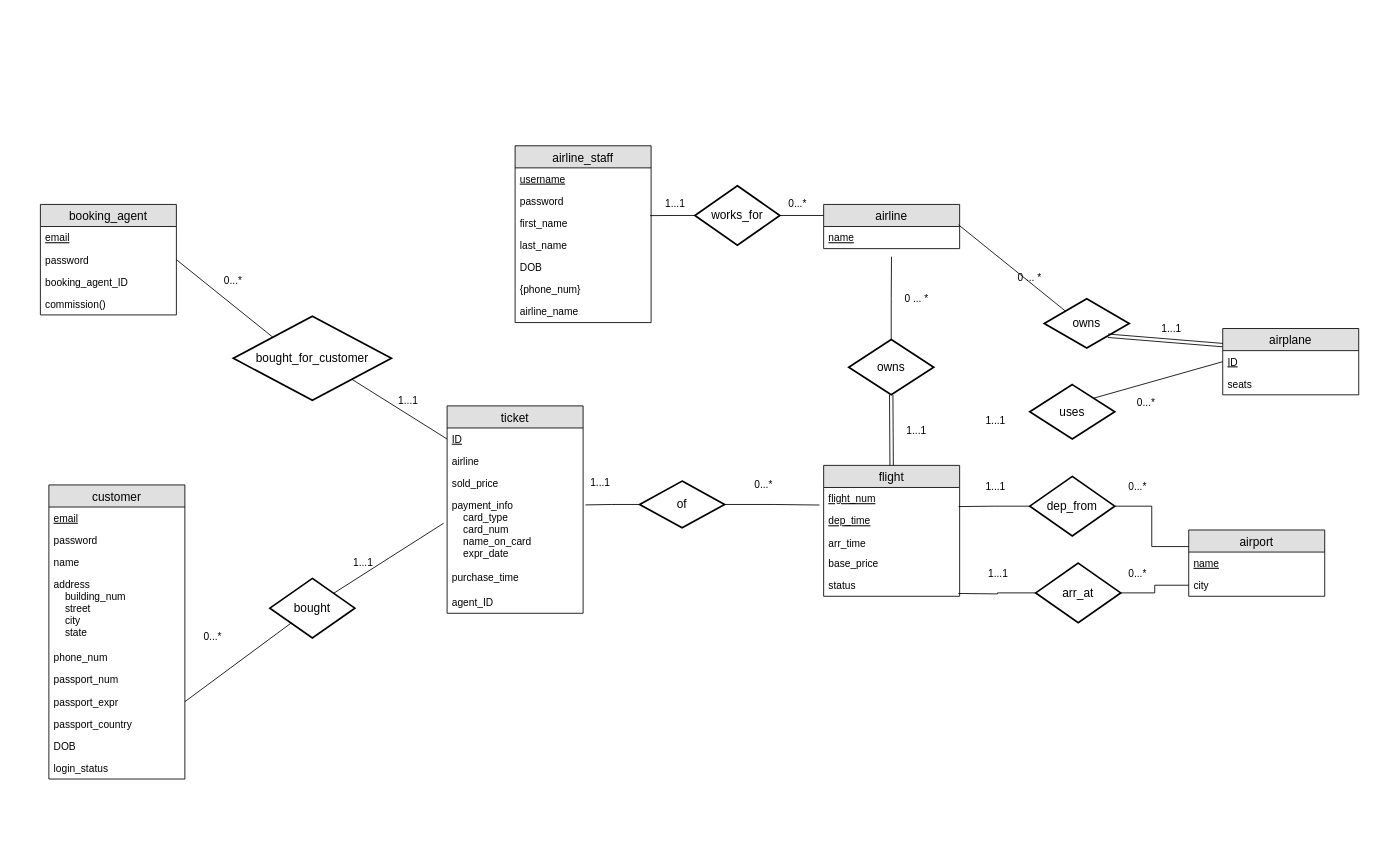
RomolaZhang/Databases keeps this draw.io diagram as ER Diagram.drawio. Above is the earlier version. Source tidied: cells renumbered, new cells numbered last; positions are measured from the earlier drawing's top-left corner, leaving out a move shared by most shapes. Both pictures are drawn from the tidied source at 85%, with x=0, y=0 at pixel (40, 145).
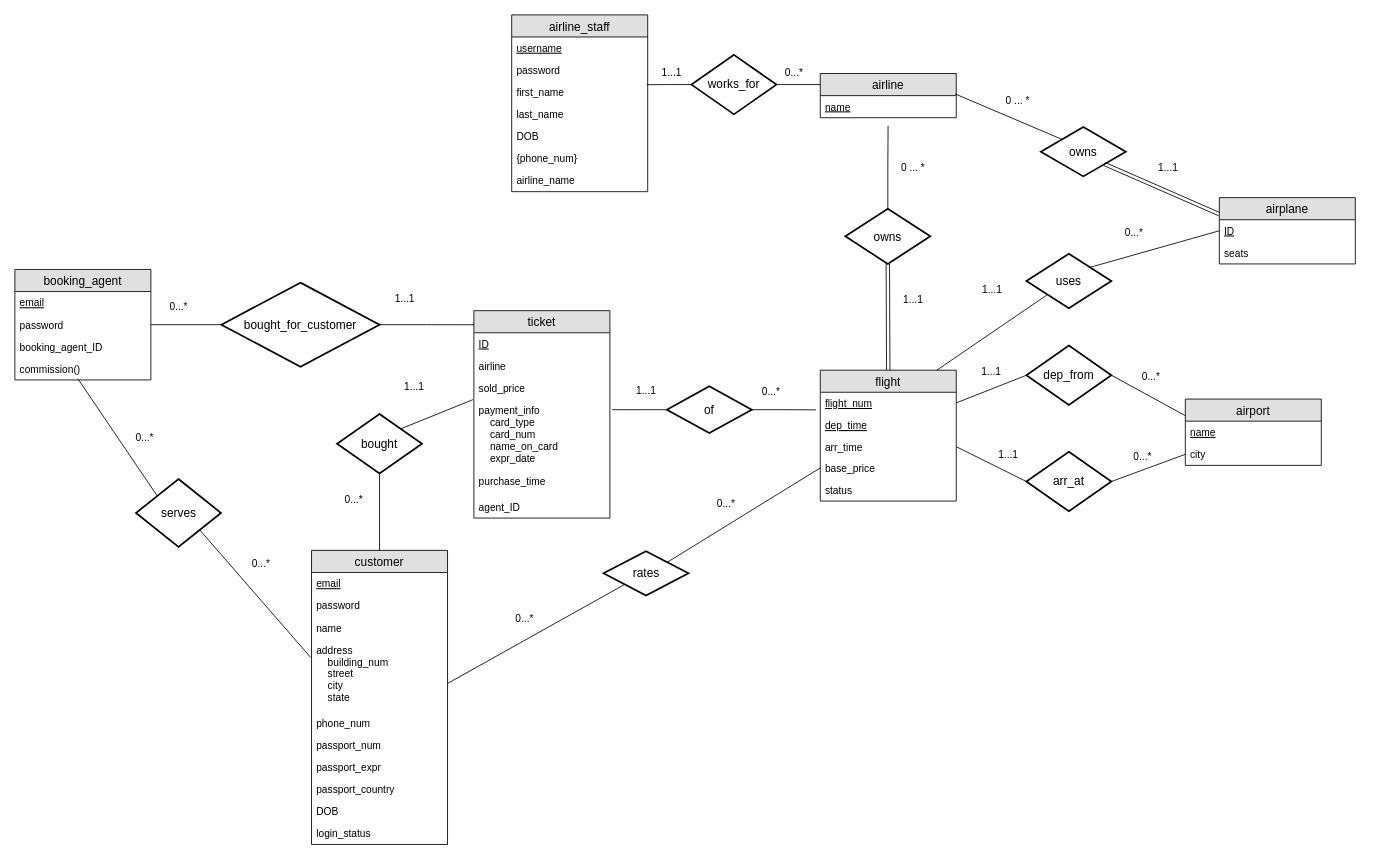
The same diagram, later.

Unchanged cells that the change refers to:
```xml
<mxCell id="4" value="city" style="text;strokeColor=none;fillColor=none;spacingLeft=4;spacingRight=4;overflow=hidden;points=[[0,0.5],[1,0.5]];portConstraint=eastwest;fontSize=12;" parent="2" vertex="1">
  <mxGeometry y="52" width="160" height="26" as="geometry" />
</mxCell>
<mxCell id="15" value="dep_time&#10;" style="text;strokeColor=none;fillColor=none;spacingLeft=4;spacingRight=4;overflow=hidden;points=[[0,0.5],[1,0.5]];portConstraint=eastwest;fontSize=12;fontStyle=4;" parent="13" vertex="1">
  <mxGeometry y="52" width="160" height="26" as="geometry" />
</mxCell>
<mxCell id="16" value="arr_time&#10;" style="text;strokeColor=none;fillColor=none;spacingLeft=4;spacingRight=4;overflow=hidden;points=[[0,0.5],[1,0.5]];portConstraint=eastwest;fontSize=12;" parent="13" vertex="1">
  <mxGeometry y="78" width="160" height="24" as="geometry" />
</mxCell>
<mxCell id="17" value="base_price" style="text;strokeColor=none;fillColor=none;spacingLeft=4;spacingRight=4;overflow=hidden;points=[[0,0.5],[1,0.5]];portConstraint=eastwest;fontSize=12;" parent="13" vertex="1">
  <mxGeometry y="102" width="160" height="26" as="geometry" />
</mxCell>
<mxCell id="20" value="ID" style="text;strokeColor=none;fillColor=none;spacingLeft=4;spacingRight=4;overflow=hidden;points=[[0,0.5],[1,0.5]];portConstraint=eastwest;fontSize=12;fontStyle=4;" parent="19" vertex="1">
  <mxGeometry y="26" width="160" height="26" as="geometry" />
</mxCell>
<mxCell id="23" value="payment_info&#10;    card_type&#10;    card_num&#10;    name_on_card&#10;    expr_date" style="text;strokeColor=none;fillColor=none;spacingLeft=4;spacingRight=4;overflow=hidden;points=[[0,0.5],[1,0.5]];portConstraint=eastwest;fontSize=12;" parent="19" vertex="1">
  <mxGeometry y="104" width="160" height="84" as="geometry" />
</mxCell>
<mxCell id="28" value="password" style="text;strokeColor=none;fillColor=none;spacingLeft=4;spacingRight=4;overflow=hidden;points=[[0,0.5],[1,0.5]];portConstraint=eastwest;fontSize=12;" parent="26" vertex="1">
  <mxGeometry y="52" width="160" height="26" as="geometry" />
</mxCell>
<mxCell id="30" value="commission()" style="text;strokeColor=none;fillColor=none;spacingLeft=4;spacingRight=4;overflow=hidden;points=[[0,0.5],[1,0.5]];portConstraint=eastwest;fontSize=12;" parent="26" vertex="1">
  <mxGeometry y="104" width="160" height="26" as="geometry" />
</mxCell>
<mxCell id="45" value="address&#10;    building_num&#10;    street&#10;    city&#10;    state" style="text;strokeColor=none;fillColor=none;spacingLeft=4;spacingRight=4;overflow=hidden;points=[[0,0.5],[1,0.5]];portConstraint=eastwest;fontSize=12;" parent="41" vertex="1">
  <mxGeometry y="104" width="160" height="86" as="geometry" />
</mxCell>
<mxCell id="48" value="passport_expr" style="text;strokeColor=none;fillColor=none;spacingLeft=4;spacingRight=4;overflow=hidden;points=[[0,0.5],[1,0.5]];portConstraint=eastwest;fontSize=12;" parent="41" vertex="1">
  <mxGeometry y="242" width="160" height="26" as="geometry" />
</mxCell>
```

What changed in the source:
```diff
@@
     <mxCell id="2" value="airport" style="swimlane;fontStyle=0;horizontal=1;startSize=26;fillColor=#e0e0e0;swimlaneFillColor=#ffffff;align=center;fontSize=14;" parent="1" vertex="1">
-      <mxGeometry x="1351" y="452" width="160" height="78" as="geometry" />
+      <mxGeometry x="1347" y="298" width="160" height="78" as="geometry" />
     </mxCell>
@@
     <mxCell id="5" value="airline" style="swimlane;fontStyle=0;horizontal=1;startSize=26;fillColor=#e0e0e0;swimlaneFillColor=#ffffff;align=center;fontSize=14;" parent="1" vertex="1">
-      <mxGeometry x="921.5" y="69" width="160" height="52" as="geometry" />
+      <mxGeometry x="917.5" y="-85" width="160" height="52" as="geometry" />
     </mxCell>
@@
     <mxCell id="7" value="airplane" style="swimlane;fontStyle=0;horizontal=1;startSize=26;fillColor=#e0e0e0;swimlaneFillColor=#ffffff;align=center;fontSize=14;" parent="1" vertex="1">
-      <mxGeometry x="1391" y="215" width="160" height="78" as="geometry" />
+      <mxGeometry x="1387" y="61" width="160" height="78" as="geometry" />
     </mxCell>
@@
     <mxCell id="10" value="owns" style="shape=rhombus;strokeWidth=2;fontSize=17;perimeter=rhombusPerimeter;whiteSpace=wrap;html=1;align=center;fontSize=14;" parent="1" vertex="1">
-      <mxGeometry x="1181" y="180" width="100" height="58" as="geometry" />
+      <mxGeometry x="1177" y="-22" width="100" height="58" as="geometry" />
     </mxCell>
     <mxCell id="11" value="0 ... *" style="text;html=1;strokeColor=none;fillColor=none;align=center;verticalAlign=middle;whiteSpace=wrap;rounded=0;" parent="1" vertex="1">
-      <mxGeometry x="1144" y="146" width="40" height="20" as="geometry" />
+      <mxGeometry x="1130" y="-63" width="40" height="20" as="geometry" />
     </mxCell>
     <mxCell id="12" value="1...1" style="text;html=1;strokeColor=none;fillColor=none;align=center;verticalAlign=middle;whiteSpace=wrap;rounded=0;" parent="1" vertex="1">
-      <mxGeometry x="1311" y="205" width="40" height="20" as="geometry" />
+      <mxGeometry x="1307" y="16" width="40" height="20" as="geometry" />
     </mxCell>
     <mxCell id="13" value="flight" style="swimlane;fontStyle=0;horizontal=1;startSize=26;fillColor=#e0e0e0;swimlaneFillColor=#ffffff;align=center;fontSize=14;" parent="1" vertex="1">
-      <mxGeometry x="921.5" y="376" width="160" height="154" as="geometry" />
+      <mxGeometry x="917.5" y="264" width="160" height="154" as="geometry" />
     </mxCell>
@@
     <mxCell id="19" value="ticket" style="swimlane;fontStyle=0;horizontal=1;startSize=26;fillColor=#e0e0e0;swimlaneFillColor=#ffffff;align=center;fontSize=14;" parent="1" vertex="1">
-      <mxGeometry x="478.5" y="306" width="160" height="244" as="geometry" />
+      <mxGeometry x="510" y="194" width="160" height="244" as="geometry" />
     </mxCell>
@@
     <mxCell id="26" value="booking_agent" style="swimlane;fontStyle=0;horizontal=1;startSize=26;fillColor=#e0e0e0;swimlaneFillColor=#ffffff;align=center;fontSize=14;" parent="1" vertex="1">
-      <mxGeometry y="69" width="160" height="130" as="geometry" />
+      <mxGeometry x="-30" y="145.5" width="160" height="130" as="geometry" />
     </mxCell>
@@
     <mxCell id="31" value="airline_staff" style="swimlane;fontStyle=0;horizontal=1;startSize=26;fillColor=#e0e0e0;swimlaneFillColor=#ffffff;align=center;fontSize=14;" parent="1" vertex="1">
-      <mxGeometry x="558.5" width="160" height="208" as="geometry" />
+      <mxGeometry x="554.5" y="-154" width="160" height="208" as="geometry" />
     </mxCell>
@@
     <mxCell id="39" style="edgeStyle=orthogonalEdgeStyle;rounded=0;jettySize=auto;html=1;exitX=0.5;exitY=0;exitDx=0;exitDy=0;endArrow=none;endFill=0;" parent="1" edge="1" source="40">
       <mxGeometry relative="1" as="geometry">
-        <mxPoint x="1001.3" y="130.5" as="targetPoint" />
+        <mxPoint x="997.3" y="-23.5" as="targetPoint" />
       </mxGeometry>
     </mxCell>
     <mxCell id="40" value="owns" style="shape=rhombus;strokeWidth=2;fontSize=17;perimeter=rhombusPerimeter;whiteSpace=wrap;html=1;align=center;fontSize=14;" parent="1" vertex="1">
-      <mxGeometry x="951" y="228" width="100" height="65" as="geometry" />
+      <mxGeometry x="947" y="74" width="100" height="65" as="geometry" />
     </mxCell>
     <mxCell id="41" value="customer" style="swimlane;fontStyle=0;horizontal=1;startSize=26;fillColor=#e0e0e0;swimlaneFillColor=#ffffff;align=center;fontSize=14;" parent="1" vertex="1">
-      <mxGeometry x="10" y="399" width="160" height="346" as="geometry" />
+      <mxGeometry x="319" y="476" width="160" height="346" as="geometry" />
     </mxCell>
@@
-    <mxCell id="52" style="edgeStyle=orthogonalEdgeStyle;rounded=0;jettySize=auto;html=1;exitX=1;exitY=0.5;exitDx=0;exitDy=0;entryX=0;entryY=0.25;entryDx=0;entryDy=0;endArrow=none;endFill=0;" parent="1" edge="1" source="54" target="2">
-      <mxGeometry relative="1" as="geometry" />
-    </mxCell>
-    <mxCell id="53" style="edgeStyle=orthogonalEdgeStyle;rounded=0;jettySize=auto;html=1;exitX=0;exitY=0.5;exitDx=0;exitDy=0;entryX=0.992;entryY=-0.135;entryDx=0;entryDy=0;entryPerimeter=0;endArrow=none;endFill=0;" parent="1" edge="1" source="54" target="15">
-      <mxGeometry relative="1" as="geometry" />
-    </mxCell>
     <mxCell id="54" value="dep_from" style="shape=rhombus;strokeWidth=2;fontSize=17;perimeter=rhombusPerimeter;whiteSpace=wrap;html=1;align=center;fontSize=14;" parent="1" vertex="1">
-      <mxGeometry x="1164" y="389" width="100" height="70" as="geometry" />
+      <mxGeometry x="1160" y="235" width="100" height="70" as="geometry" />
     </mxCell>
-    <mxCell id="55" style="edgeStyle=orthogonalEdgeStyle;rounded=0;jettySize=auto;html=1;exitX=0;exitY=0.5;exitDx=0;exitDy=0;entryX=0.992;entryY=0.865;entryDx=0;entryDy=0;entryPerimeter=0;endArrow=none;endFill=0;" parent="1" edge="1" source="57">
-      <mxGeometry relative="1" as="geometry">
-        <mxPoint x="1080" y="526.7" as="targetPoint" />
-      </mxGeometry>
-    </mxCell>
-    <mxCell id="56" style="edgeStyle=orthogonalEdgeStyle;rounded=0;jettySize=auto;html=1;exitX=1;exitY=0.5;exitDx=0;exitDy=0;entryX=0;entryY=0.5;entryDx=0;entryDy=0;endArrow=none;endFill=0;" parent="1" edge="1" source="57" target="4">
-      <mxGeometry relative="1" as="geometry" />
-    </mxCell>
     <mxCell id="57" value="arr_at" style="shape=rhombus;strokeWidth=2;fontSize=17;perimeter=rhombusPerimeter;whiteSpace=wrap;html=1;align=center;fontSize=14;" parent="1" vertex="1">
-      <mxGeometry x="1171" y="491" width="100" height="70" as="geometry" />
+      <mxGeometry x="1160" y="360" width="100" height="70" as="geometry" />
     </mxCell>
     <mxCell id="58" value="1...1" style="text;html=1;strokeColor=none;fillColor=none;align=center;verticalAlign=middle;whiteSpace=wrap;rounded=0;" parent="1" vertex="1">
-      <mxGeometry x="1104" y="392" width="40" height="20" as="geometry" />
+      <mxGeometry x="1099" y="255.5" width="40" height="20" as="geometry" />
     </mxCell>
     <mxCell id="59" value="0...*" style="text;html=1;strokeColor=none;fillColor=none;align=center;verticalAlign=middle;whiteSpace=wrap;rounded=0;" parent="1" vertex="1">
-      <mxGeometry x="1271" y="392" width="40" height="20" as="geometry" />
+      <mxGeometry x="1287" y="262" width="40" height="20" as="geometry" />
     </mxCell>
     <mxCell id="60" value="1...1" style="text;html=1;strokeColor=none;fillColor=none;align=center;verticalAlign=middle;whiteSpace=wrap;rounded=0;" parent="1" vertex="1">
-      <mxGeometry x="1106.5" y="494" width="40" height="20" as="geometry" />
+      <mxGeometry x="1119" y="354" width="40" height="20" as="geometry" />
     </mxCell>
     <mxCell id="61" value="0...*" style="text;html=1;strokeColor=none;fillColor=none;align=center;verticalAlign=middle;whiteSpace=wrap;rounded=0;" parent="1" vertex="1">
-      <mxGeometry x="1271" y="494" width="40" height="20" as="geometry" />
+      <mxGeometry x="1277" y="356" width="40" height="20" as="geometry" />
     </mxCell>
@@
     <mxCell id="63" value="uses" style="shape=rhombus;strokeWidth=2;fontSize=17;perimeter=rhombusPerimeter;whiteSpace=wrap;html=1;align=center;fontSize=14;" parent="1" vertex="1">
-      <mxGeometry x="1164" y="281" width="100" height="64" as="geometry" />
+      <mxGeometry x="1160" y="127" width="100" height="64" as="geometry" />
     </mxCell>
@@
     <mxCell id="65" value="0 ... *" style="text;html=1;strokeColor=none;fillColor=none;align=center;verticalAlign=middle;whiteSpace=wrap;rounded=0;" parent="1" vertex="1">
-      <mxGeometry x="1011" y="170" width="40" height="20" as="geometry" />
+      <mxGeometry x="1007" y="16" width="40" height="20" as="geometry" />
     </mxCell>
     <mxCell id="66" value="1...1" style="text;html=1;strokeColor=none;fillColor=none;align=center;verticalAlign=middle;whiteSpace=wrap;rounded=0;" parent="1" vertex="1">
-      <mxGeometry x="1011" y="324.5" width="40" height="20" as="geometry" />
+      <mxGeometry x="1007" y="170.5" width="40" height="20" as="geometry" />
     </mxCell>
     <mxCell id="67" value="1...1" style="text;html=1;strokeColor=none;fillColor=none;align=center;verticalAlign=middle;whiteSpace=wrap;rounded=0;" parent="1" vertex="1">
-      <mxGeometry x="1104" y="314" width="40" height="20" as="geometry" />
+      <mxGeometry x="1100" y="160" width="40" height="20" as="geometry" />
     </mxCell>
     <mxCell id="68" value="0...*" style="text;html=1;strokeColor=none;fillColor=none;align=center;verticalAlign=middle;whiteSpace=wrap;rounded=0;" parent="1" vertex="1">
-      <mxGeometry x="1281" y="293" width="40" height="20" as="geometry" />
+      <mxGeometry x="1267" y="93" width="40" height="20" as="geometry" />
     </mxCell>
@@
     <mxCell id="71" value="of" style="shape=rhombus;strokeWidth=2;fontSize=17;perimeter=rhombusPerimeter;whiteSpace=wrap;html=1;align=center;fontSize=14;" parent="1" vertex="1">
-      <mxGeometry x="705" y="394.5" width="100" height="55" as="geometry" />
+      <mxGeometry x="737" y="283" width="100" height="55" as="geometry" />
     </mxCell>
     <mxCell id="72" value="1...1" style="text;html=1;strokeColor=none;fillColor=none;align=center;verticalAlign=middle;whiteSpace=wrap;rounded=0;" parent="1" vertex="1">
-      <mxGeometry x="639" y="387" width="40" height="20" as="geometry" />
+      <mxGeometry x="692.5" y="278" width="40" height="20" as="geometry" />
     </mxCell>
     <mxCell id="73" value="0...*" style="text;html=1;strokeColor=none;fillColor=none;align=center;verticalAlign=middle;whiteSpace=wrap;rounded=0;" parent="1" vertex="1">
-      <mxGeometry x="831" y="389" width="40" height="20" as="geometry" />
+      <mxGeometry x="840" y="280" width="40" height="20" as="geometry" />
     </mxCell>
     <mxCell id="74" value="bought" style="shape=rhombus;strokeWidth=2;fontSize=17;perimeter=rhombusPerimeter;whiteSpace=wrap;html=1;align=center;fontSize=14;" parent="1" vertex="1">
-      <mxGeometry x="270" y="509" width="100" height="70" as="geometry" />
+      <mxGeometry x="349" y="315.5" width="100" height="70" as="geometry" />
     </mxCell>
     <mxCell id="75" value="0...*" style="text;html=1;strokeColor=none;fillColor=none;align=center;verticalAlign=middle;whiteSpace=wrap;rounded=0;" parent="1" vertex="1">
-      <mxGeometry x="207" y="149" width="40" height="20" as="geometry" />
+      <mxGeometry x="142.5" y="180" width="40" height="20" as="geometry" />
     </mxCell>
     <mxCell id="76" value="1...1" style="text;html=1;strokeColor=none;fillColor=none;align=center;verticalAlign=middle;whiteSpace=wrap;rounded=0;" parent="1" vertex="1">
-      <mxGeometry x="413" y="289.5" width="40" height="20" as="geometry" />
+      <mxGeometry x="409" y="170" width="40" height="20" as="geometry" />
     </mxCell>
+    <mxCell id="91" style="edgeStyle=orthogonalEdgeStyle;rounded=0;jettySize=auto;html=1;exitX=0;exitY=0.5;exitDx=0;exitDy=0;entryX=1;entryY=0.5;entryDx=0;entryDy=0;endArrow=none;endFill=0;" parent="1" edge="1" source="77" target="28">
+      <mxGeometry relative="1" as="geometry" />
+    </mxCell>
+    <mxCell id="92" style="edgeStyle=orthogonalEdgeStyle;rounded=0;jettySize=auto;html=1;exitX=1;exitY=0.5;exitDx=0;exitDy=0;entryX=0.001;entryY=0.068;entryDx=0;entryDy=0;entryPerimeter=0;endArrow=none;endFill=0;" parent="1" edge="1" source="77" target="19">
+      <mxGeometry relative="1" as="geometry" />
+    </mxCell>
     <mxCell id="77" value="bought_for_customer" style="shape=rhombus;strokeWidth=2;fontSize=17;perimeter=rhombusPerimeter;whiteSpace=wrap;html=1;align=center;fontSize=14;" parent="1" vertex="1">
-      <mxGeometry x="227" y="200.5" width="186" height="99" as="geometry" />
+      <mxGeometry x="213" y="161" width="186" height="99" as="geometry" />
     </mxCell>
     <mxCell id="78" value="0...*" style="text;html=1;strokeColor=none;fillColor=none;align=center;verticalAlign=middle;whiteSpace=wrap;rounded=0;" parent="1" vertex="1">
-      <mxGeometry x="183" y="568" width="40" height="20" as="geometry" />
+      <mxGeometry x="349" y="407" width="40" height="20" as="geometry" />
     </mxCell>
     <mxCell id="79" value="1...1" style="text;html=1;strokeColor=none;fillColor=none;align=center;verticalAlign=middle;whiteSpace=wrap;rounded=0;" parent="1" vertex="1">
-      <mxGeometry x="360" y="481" width="40" height="20" as="geometry" />
+      <mxGeometry x="420" y="274" width="40" height="20" as="geometry" />
     </mxCell>
@@
     <mxCell id="81" value="works_for" style="shape=rhombus;strokeWidth=2;fontSize=17;perimeter=rhombusPerimeter;whiteSpace=wrap;html=1;align=center;fontSize=14;" parent="1" vertex="1">
-      <mxGeometry x="770" y="47" width="100" height="70" as="geometry" />
+      <mxGeometry x="766" y="-107" width="100" height="70" as="geometry" />
     </mxCell>
     <mxCell id="82" value="1...1" style="text;html=1;strokeColor=none;fillColor=none;align=center;verticalAlign=middle;whiteSpace=wrap;rounded=0;" parent="1" vertex="1">
-      <mxGeometry x="726.5" y="58" width="40" height="20" as="geometry" />
+      <mxGeometry x="722.5" y="-96" width="40" height="20" as="geometry" />
     </mxCell>
     <mxCell id="83" value="0...*" style="text;html=1;strokeColor=none;fillColor=none;align=center;verticalAlign=middle;whiteSpace=wrap;rounded=0;" parent="1" vertex="1">
-      <mxGeometry x="871" y="58" width="40" height="20" as="geometry" />
+      <mxGeometry x="867" y="-96" width="40" height="20" as="geometry" />
     </mxCell>
@@
-    <mxCell id="87" style="endArrow=none;html=1;exitX=1;exitY=0.5;exitDx=0;exitDy=0;entryX=0;entryY=0;entryDx=0;entryDy=0;" parent="1" edge="1" source="28" target="77">
-      <mxGeometry relative="1" as="geometry" />
-    </mxCell>
-    <mxCell id="88" style="endArrow=none;html=1;exitX=1;exitY=1;exitDx=0;exitDy=0;entryX=0;entryY=0.5;entryDx=0;entryDy=0;" parent="1" edge="1" source="77" target="20">
-      <mxGeometry relative="1" as="geometry" />
-    </mxCell>
-    <mxCell id="89" style="endArrow=none;html=1;entryX=0;entryY=1;entryDx=0;entryDy=0;exitX=1;exitY=0.5;exitDx=0;exitDy=0;" parent="1" edge="1" source="48" target="74">
-      <mxGeometry relative="1" as="geometry" />
-    </mxCell>
+    <mxCell id="93" value="rates" style="shape=rhombus;strokeWidth=2;fontSize=17;perimeter=rhombusPerimeter;whiteSpace=wrap;html=1;align=center;fontSize=14;" parent="1" vertex="1">
+      <mxGeometry x="662.5" y="477" width="100" height="52" as="geometry" />
+    </mxCell>
-    <mxCell id="90" style="endArrow=none;html=1;entryX=-0.025;entryY=0.405;entryDx=0;entryDy=0;entryPerimeter=0;exitX=1;exitY=0;exitDx=0;exitDy=0;" parent="1" edge="1" source="74" target="23">
+    <mxCell id="90" style="endArrow=none;html=1;entryX=-0.007;entryY=0.008;entryDx=0;entryDy=0;entryPerimeter=0;exitX=1;exitY=0;exitDx=0;exitDy=0;" parent="1" edge="1" source="74" target="23">
       <mxGeometry relative="1" as="geometry" />
     </mxCell>
+    <mxCell id="94" style="endArrow=none;html=1;entryX=0;entryY=1;entryDx=0;entryDy=0;exitX=1;exitY=0.612;exitDx=0;exitDy=0;exitPerimeter=0;" parent="1" edge="1" source="45" target="93">
+      <mxGeometry relative="1" as="geometry" />
+    </mxCell>
+    <mxCell id="95" style="endArrow=none;html=1;entryX=0;entryY=0.5;entryDx=0;entryDy=0;exitX=1;exitY=0;exitDx=0;exitDy=0;" parent="1" edge="1" source="93" target="17">
+      <mxGeometry relative="1" as="geometry" />
+    </mxCell>
+    <mxCell id="96" style="endArrow=none;html=1;entryX=0.5;entryY=1;entryDx=0;entryDy=0;exitX=0.5;exitY=0;exitDx=0;exitDy=0;" parent="1" edge="1" source="41" target="74">
+      <mxGeometry relative="1" as="geometry" />
+    </mxCell>
+    <mxCell id="97" value="0...*" style="text;html=1;strokeColor=none;fillColor=none;align=center;verticalAlign=middle;whiteSpace=wrap;rounded=0;" parent="1" vertex="1">
+      <mxGeometry x="787" y="412" width="40" height="20" as="geometry" />
+    </mxCell>
+    <mxCell id="98" value="0...*" style="text;html=1;strokeColor=none;fillColor=none;align=center;verticalAlign=middle;whiteSpace=wrap;rounded=0;" parent="1" vertex="1">
+      <mxGeometry x="550" y="547" width="40" height="20" as="geometry" />
+    </mxCell>
+    <mxCell id="99" value="serves" style="shape=rhombus;strokeWidth=2;fontSize=17;perimeter=rhombusPerimeter;whiteSpace=wrap;html=1;align=center;fontSize=14;" parent="1" vertex="1">
+      <mxGeometry x="112.5" y="392" width="100" height="80" as="geometry" />
+    </mxCell>
+    <mxCell id="100" style="endArrow=none;html=1;exitX=0.463;exitY=0.942;exitDx=0;exitDy=0;exitPerimeter=0;entryX=0;entryY=0;entryDx=0;entryDy=0;" parent="1" edge="1" source="30" target="99">
+      <mxGeometry relative="1" as="geometry" />
+    </mxCell>
+    <mxCell id="101" style="endArrow=none;html=1;exitX=1;exitY=1;exitDx=0;exitDy=0;entryX=-0.006;entryY=0.256;entryDx=0;entryDy=0;entryPerimeter=0;" parent="1" edge="1" source="99" target="45">
+      <mxGeometry relative="1" as="geometry" />
+    </mxCell>
+    <mxCell id="102" value="0...*" style="text;html=1;strokeColor=none;fillColor=none;align=center;verticalAlign=middle;whiteSpace=wrap;rounded=0;" parent="1" vertex="1">
+      <mxGeometry x="102.5" y="334" width="40" height="20" as="geometry" />
+    </mxCell>
+    <mxCell id="103" value="0...*" style="text;html=1;strokeColor=none;fillColor=none;align=center;verticalAlign=middle;whiteSpace=wrap;rounded=0;" parent="1" vertex="1">
+      <mxGeometry x="240" y="482" width="40" height="20" as="geometry" />
+    </mxCell>
+    <mxCell id="104" style="endArrow=none;html=1;exitX=1;exitY=0.25;exitDx=0;exitDy=0;entryX=0;entryY=0.5;entryDx=0;entryDy=0;" parent="1" edge="1" source="13" target="54">
+      <mxGeometry relative="1" as="geometry" />
+    </mxCell>
+    <mxCell id="52" style="endArrow=none;html=1;exitX=1;exitY=0.5;exitDx=0;exitDy=0;entryX=0;entryY=0.25;entryDx=0;entryDy=0;" parent="1" edge="1" source="54" target="2">
+      <mxGeometry relative="1" as="geometry" />
+    </mxCell>
+    <mxCell id="105" style="endArrow=none;html=1;exitX=1;exitY=0.5;exitDx=0;exitDy=0;entryX=0;entryY=0.5;entryDx=0;entryDy=0;" parent="1" edge="1" source="16" target="57">
+      <mxGeometry relative="1" as="geometry" />
+    </mxCell>
+    <mxCell id="106" style="endArrow=none;html=1;exitX=0;exitY=0.5;exitDx=0;exitDy=0;entryX=1;entryY=0.5;entryDx=0;entryDy=0;" parent="1" edge="1" source="4" target="57">
+      <mxGeometry relative="1" as="geometry" />
+    </mxCell>
+    <mxCell id="107" style="endArrow=none;html=1;exitX=0.857;exitY=0;exitDx=0;exitDy=0;entryX=0;entryY=1;entryDx=0;entryDy=0;exitPerimeter=0;" parent="1" edge="1" source="13" target="63">
+      <mxGeometry relative="1" as="geometry" />
+    </mxCell>
```
